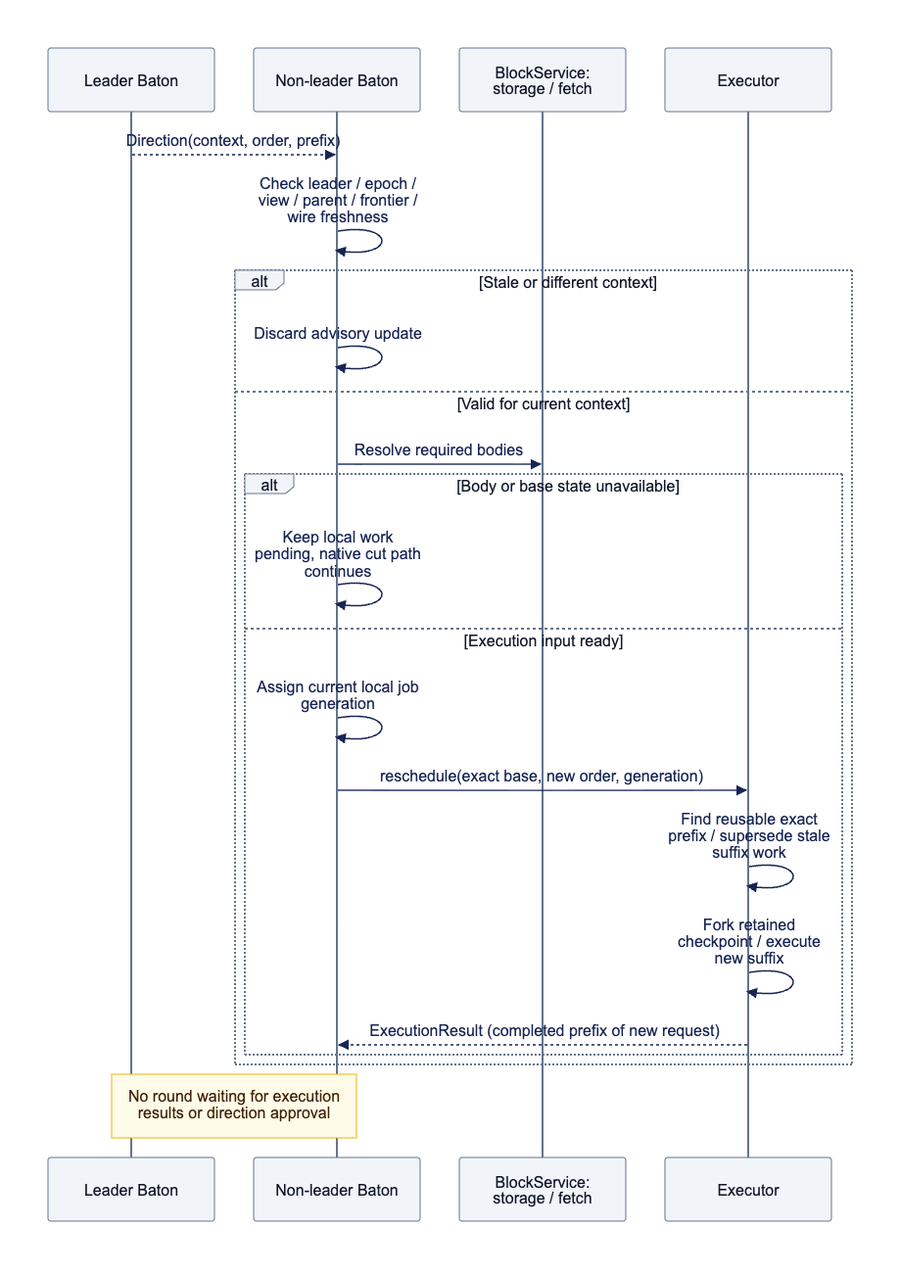
This is docs/assets/diagrams/diagram-07.png from djm07073/baton-research, a Mermaid export, as it was before one commit. Its source is kept beside it as docs/assets/diagrams/diagram-07.mmd.
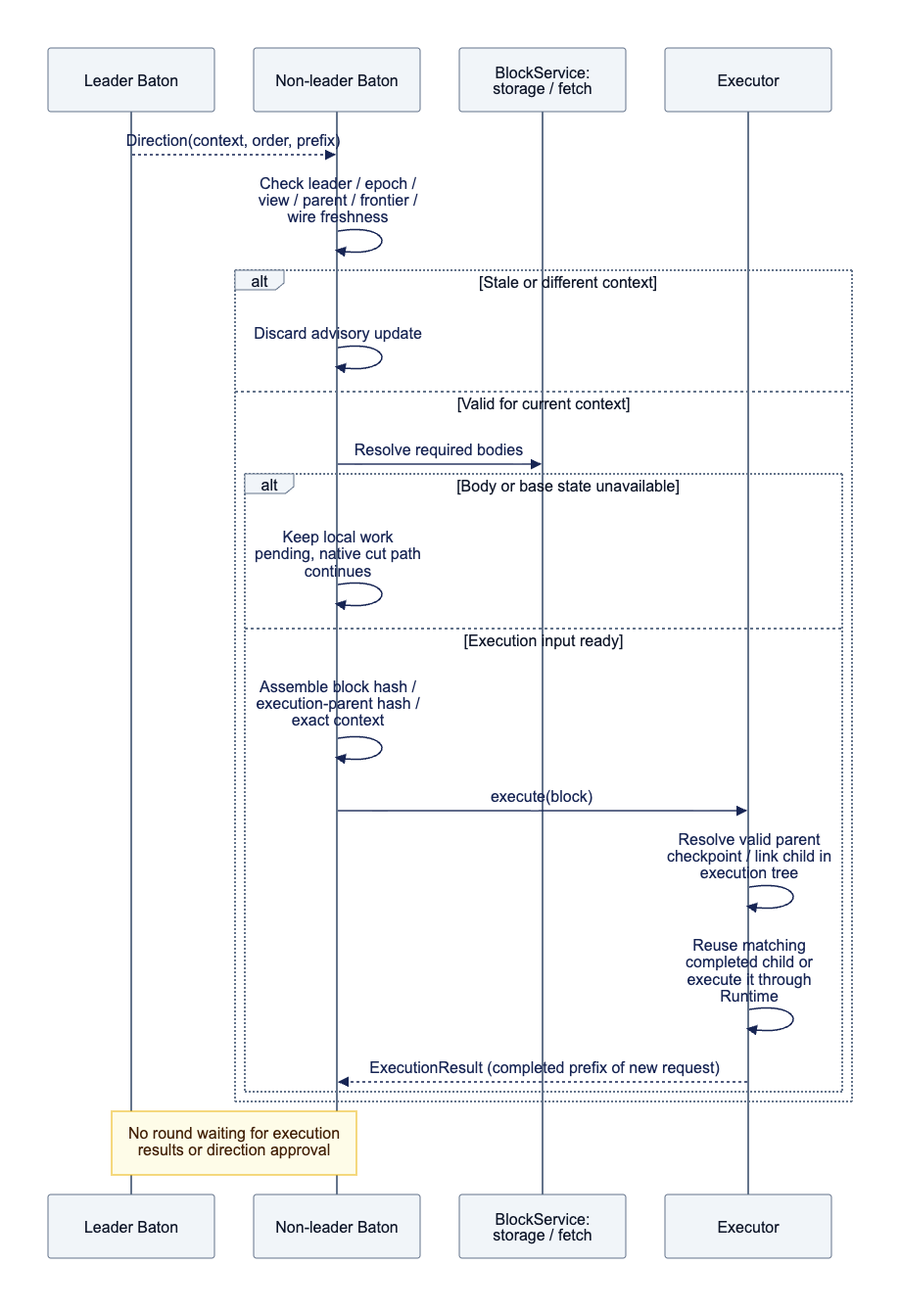
After the commit.

Diff of the diagram source:
```diff
@@ -12,10 +12,10 @@
         alt Body or base state unavailable
             B->>B: Keep local work pending, native cut path continues
         else Execution input ready
-            B->>B: Assign current local job generation
-            B->>E: reschedule(exact base, new order, generation)
-            E->>E: Find reusable exact prefix / supersede stale suffix work
-            E->>E: Fork retained checkpoint / execute new suffix
+            B->>B: Assemble block hash / execution-parent hash / exact context
+            B->>E: execute(block)
+            E->>E: Resolve valid parent checkpoint / link child in execution tree
+            E->>E: Reuse matching completed child or execute it through Runtime
             E-->>B: ExecutionResult (completed prefix of new request)
         end
     end
```
